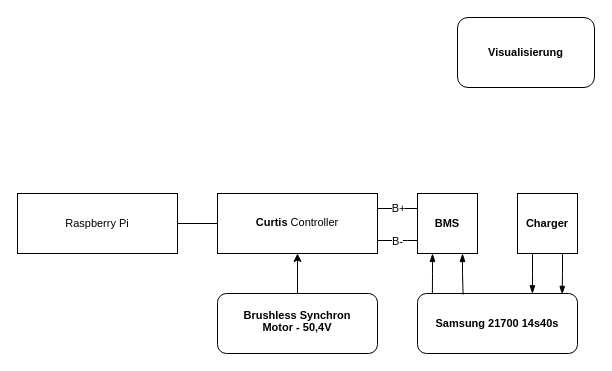
Above: page "konzept_simple" (1 of 7) of document/figures_source/hcis/Schaltpläne_Motorrad.drawio in kronbergerindustries/HTBLuVA_Diplomarbeit (draw.io), before the change. Source tidied: cells renumbered, new cells numbered last; positions are measured from the earlier drawing's top-left corner, leaving out a move shared by most shapes. Both pictures are drawn from the tidied source at 100%, with x=0, y=0 at pixel (17, 17).
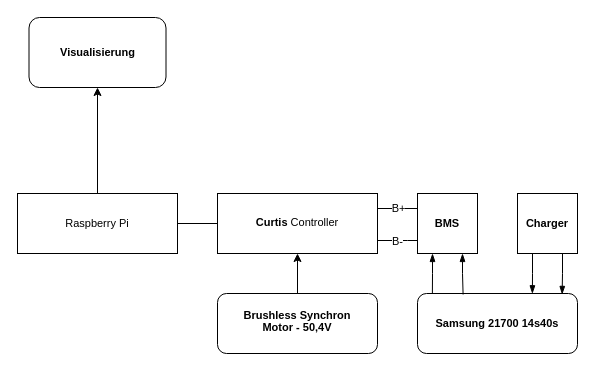
Above is the later version.

Unchanged cells that the change refers to:
```xml
<mxCell id="15" value="Raspberry Pi" style="rounded=0;whiteSpace=wrap;html=1;fontSize=11;" parent="1" vertex="1">
  <mxGeometry y="176" width="160" height="60" as="geometry" />
</mxCell>
```

What changed in the source:
```diff
@@
     <mxCell id="13" value="&lt;b&gt;Visualisierung&lt;/b&gt;" style="rounded=1;whiteSpace=wrap;html=1;fontSize=11;" parent="1" vertex="1">
-      <mxGeometry x="440" width="137" height="70" as="geometry" />
+      <mxGeometry x="11.5" width="137" height="70" as="geometry" />
     </mxCell>
@@
+    <mxCell id="19" style="edgeStyle=orthogonalEdgeStyle;rounded=0;jettySize=auto;html=1;exitX=0.5;exitY=0;exitDx=0;exitDy=0;" parent="1" edge="1" source="15" target="13">
+      <mxGeometry relative="1" as="geometry" />
+    </mxCell>
```
